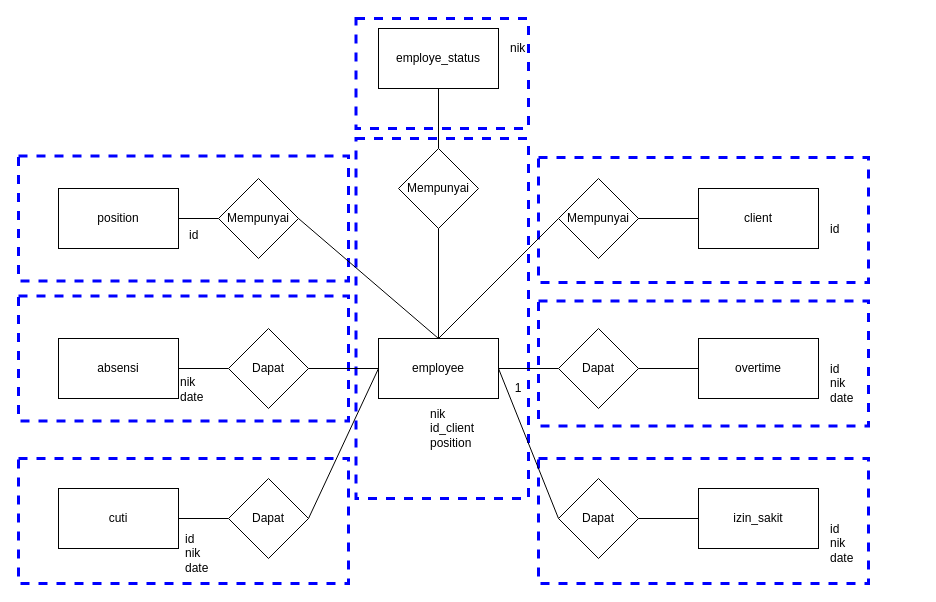
Before: page "LRS" (2 of 7) of Penulisan/Bab 3.drawio in w4hyud1/leni_karyawan, a draw.io diagram. Source tidied: cells renumbered, new cells numbered last; positions are measured from the earlier drawing's top-left corner, leaving out a move shared by most shapes. Both pictures are drawn from the tidied source at 100%, with x=0, y=0 at pixel (18, 18).
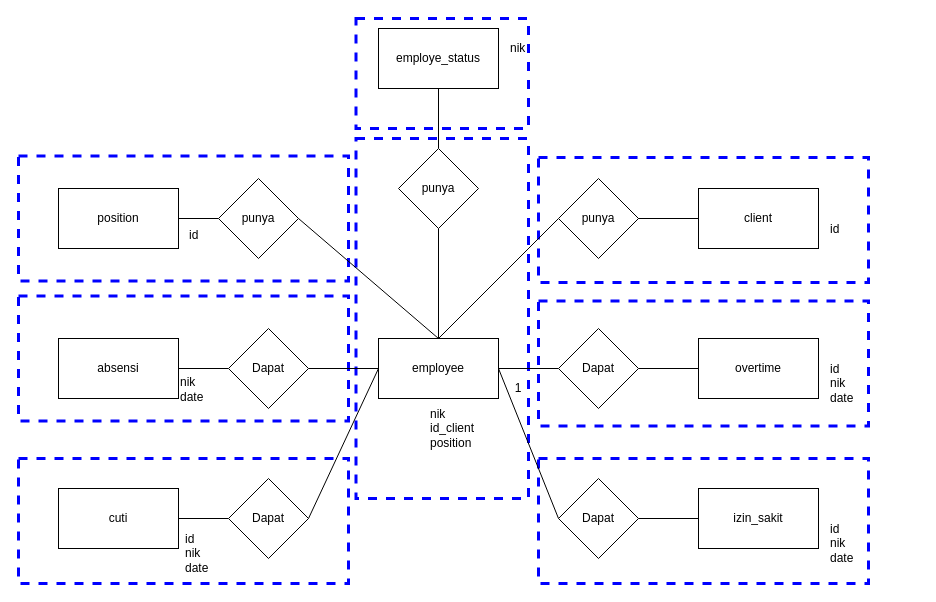
The same diagram, later.

Diff of the diagram source:
```diff
@@
-    <mxCell id="28" value="Mempunyai" style="rhombus;whiteSpace=wrap;html=1;" parent="1" vertex="1">
+    <mxCell id="28" value="punya" style="rhombus;whiteSpace=wrap;html=1;" parent="1" vertex="1">
       <mxGeometry x="200" y="160" width="80" height="80" as="geometry" />
     </mxCell>
@@
-    <mxCell id="30" value="Mempunyai" style="rhombus;whiteSpace=wrap;html=1;" parent="1" vertex="1">
+    <mxCell id="30" value="punya" style="rhombus;whiteSpace=wrap;html=1;" parent="1" vertex="1">
       <mxGeometry x="540" y="160" width="80" height="80" as="geometry" />
     </mxCell>
@@
-    <mxCell id="44" value="Mempunyai" style="rhombus;whiteSpace=wrap;html=1;" parent="1" vertex="1">
+    <mxCell id="44" value="punya" style="rhombus;whiteSpace=wrap;html=1;" parent="1" vertex="1">
       <mxGeometry x="380" y="130" width="80" height="80" as="geometry" />
     </mxCell>
```
